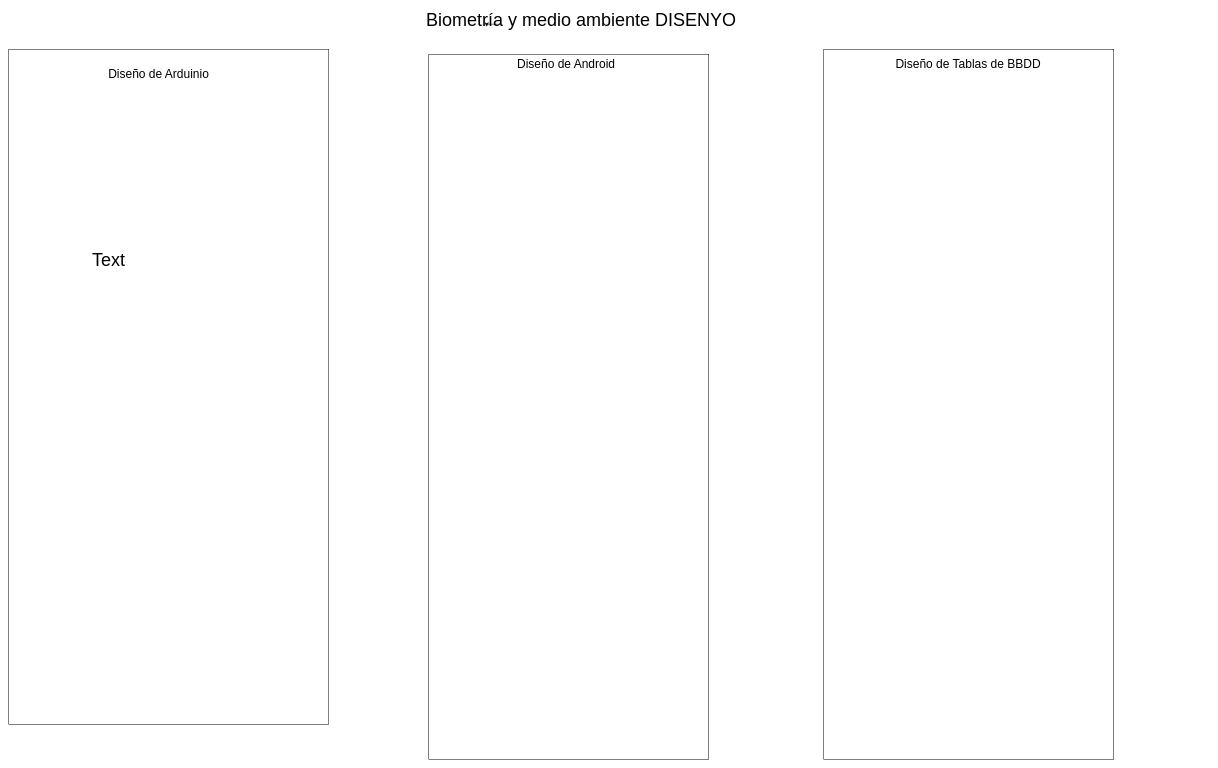
This is Disenyo_general/Screen Shot 2020-09-30 at 10.10.12.drawio from alexcp99/TEAM1NO2, a draw.io file, before an edit. Source tidied: cells renumbered, new cells numbered last; positions are measured from the earlier drawing's top-left corner, leaving out a move shared by most shapes. Both pictures are drawn from the tidied source at 50%, with x=0, y=0 at pixel (8, 14).
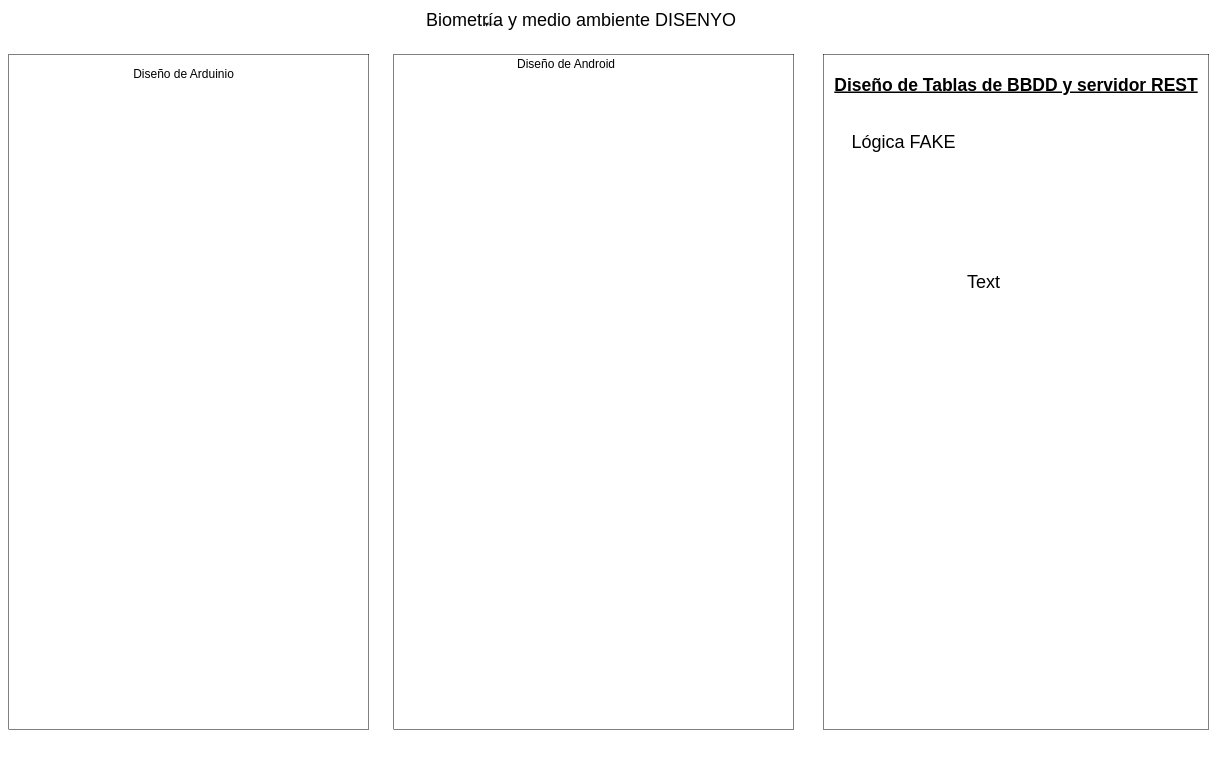
Above is the later version.

The edit, as a diff of the source:
```diff
@@
 <mxGraphModel>
   <root>
     <mxCell id="0" />
     <mxCell id="1" parent="0" />
     <mxCell id="2" value="&lt;font style=&quot;font-size: 36px&quot;&gt;Biometría y medio ambiente DISENYO&lt;/font&gt;" style="text;html=1;strokeColor=none;fillColor=none;align=center;verticalAlign=middle;whiteSpace=wrap;rounded=0;" parent="1" vertex="1">
       <mxGeometry x="820" width="650" height="20" as="geometry" />
     </mxCell>
     <mxCell id="3" style="edgeStyle=orthogonalEdgeStyle;rounded=0;orthogonalLoop=1;jettySize=auto;html=1;exitX=0.25;exitY=1;exitDx=0;exitDy=0;entryX=0.209;entryY=1.25;entryDx=0;entryDy=0;entryPerimeter=0;" parent="1" edge="1" source="2" target="2">
       <mxGeometry relative="1" as="geometry" />
     </mxCell>
     <mxCell id="4" style="whiteSpace=wrap;html=1;imageAspect=0;" parent="1" vertex="1">
-      <mxGeometry y="70" width="640" height="1350" as="geometry" />
+      <mxGeometry y="80" width="720" height="1350" as="geometry" />
     </mxCell>
     <mxCell id="5" value="&lt;font style=&quot;font-size: 24px&quot;&gt;Diseño de Arduinio&lt;/font&gt;" style="text;html=1;strokeColor=none;fillColor=none;align=center;verticalAlign=middle;whiteSpace=wrap;rounded=0;" parent="1" vertex="1">
-      <mxGeometry x="130" y="110" width="340" height="20" as="geometry" />
+      <mxGeometry x="180" y="110" width="340" height="20" as="geometry" />
     </mxCell>
     <mxCell id="6" style="whiteSpace=wrap;html=1;" parent="1" vertex="1">
-      <mxGeometry x="840" y="80" width="560" height="1410" as="geometry" />
+      <mxGeometry x="770" y="80" width="800" height="1350" as="geometry" />
     </mxCell>
     <mxCell id="7" value="&lt;font style=&quot;font-size: 24px&quot;&gt;Diseño de Android&lt;/font&gt;" style="text;html=1;strokeColor=none;fillColor=none;align=center;verticalAlign=middle;whiteSpace=wrap;rounded=0;" parent="1" vertex="1">
       <mxGeometry x="920" y="90" width="390" height="20" as="geometry" />
     </mxCell>
     <mxCell id="8" style="whiteSpace=wrap;html=1;" parent="1" vertex="1">
-      <mxGeometry x="1630" y="70" width="580" height="1420" as="geometry" />
+      <mxGeometry x="1629" y="80" width="771" height="1350" as="geometry" />
     </mxCell>
-    <mxCell id="9" value="&lt;font style=&quot;font-size: 24px&quot;&gt;Diseño de Tablas de BBDD&lt;/font&gt;" style="text;html=1;strokeColor=none;fillColor=none;align=center;verticalAlign=middle;whiteSpace=wrap;rounded=0;" parent="1" vertex="1">
-      <mxGeometry x="1724" y="90" width="390" height="20" as="geometry" />
+    <mxCell id="9" value="&lt;font style=&quot;font-size: 35px&quot;&gt;&lt;u&gt;&lt;b&gt;Diseño de Tablas de BBDD y servidor REST&lt;/b&gt;&lt;/u&gt;&lt;/font&gt;" style="text;html=1;strokeColor=none;fillColor=none;align=center;verticalAlign=middle;whiteSpace=wrap;rounded=0;" parent="1" vertex="1">
+      <mxGeometry x="1649.5" y="90" width="730" height="100" as="geometry" />
     </mxCell>
     <mxCell id="10" value="&lt;font style=&quot;font-size: 36px&quot;&gt;Text&lt;/font&gt;" style="text;html=1;strokeColor=none;fillColor=none;align=center;verticalAlign=middle;whiteSpace=wrap;rounded=0;" parent="1" vertex="1">
-      <mxGeometry x="180" y="480" width="40" height="20" as="geometry" />
+      <mxGeometry x="1840" y="520" width="220" height="30" as="geometry" />
     </mxCell>
+    <mxCell id="11" value="&lt;span style=&quot;font-size: 36px&quot;&gt;Lógica FAKE&lt;/span&gt;" style="text;html=1;strokeColor=none;fillColor=none;align=center;verticalAlign=middle;whiteSpace=wrap;rounded=0;" parent="1" vertex="1">
+      <mxGeometry x="1680" y="240" width="220" height="30" as="geometry" />
+    </mxCell>
   </root>
 </mxGraphModel>
```
